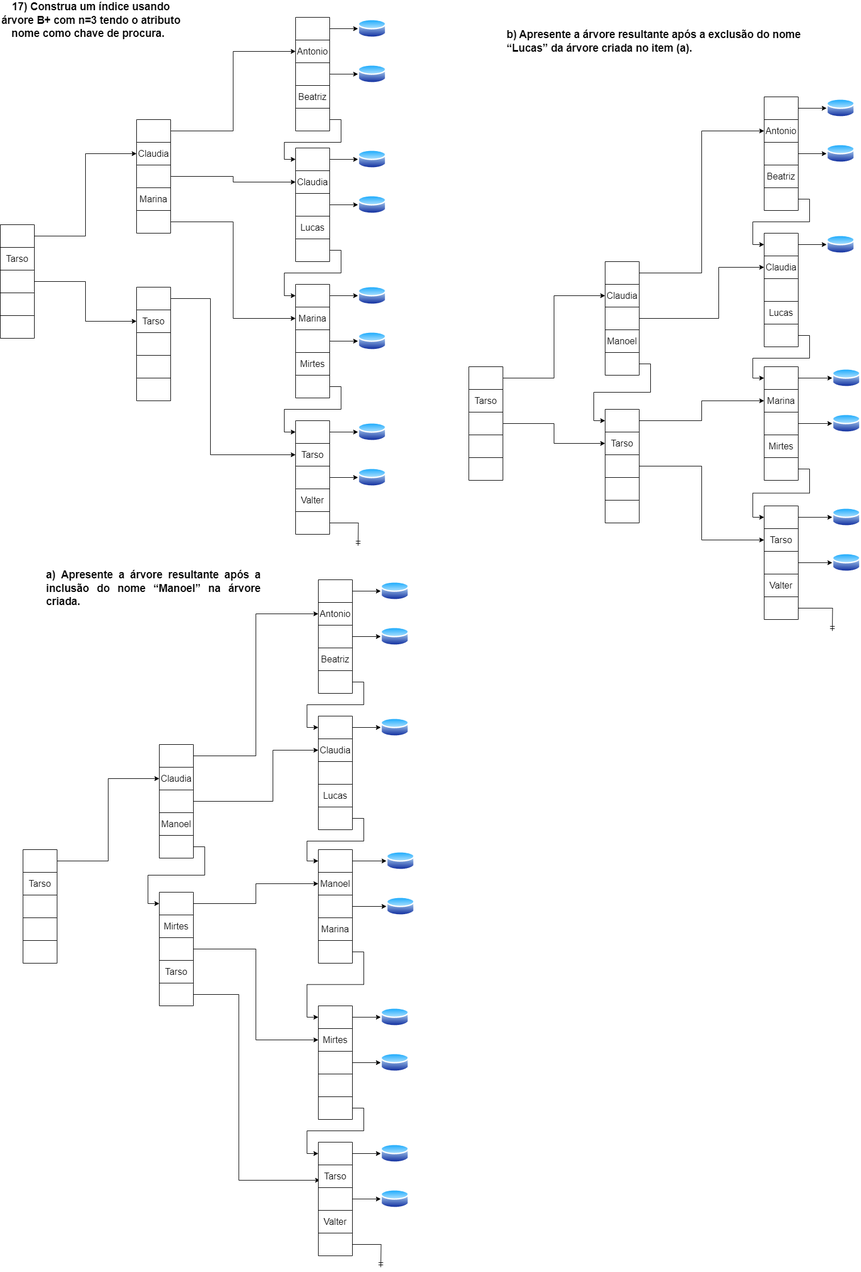
Before: Arvore B+.drawio.png, a diagram exported from draw.io (VitorFonseca123/exerc_indice_BD). Source tidied: cells renumbered, new cells last; positions are measured from the earlier drawing's top-left corner, leaving out a move shared by most shapes.
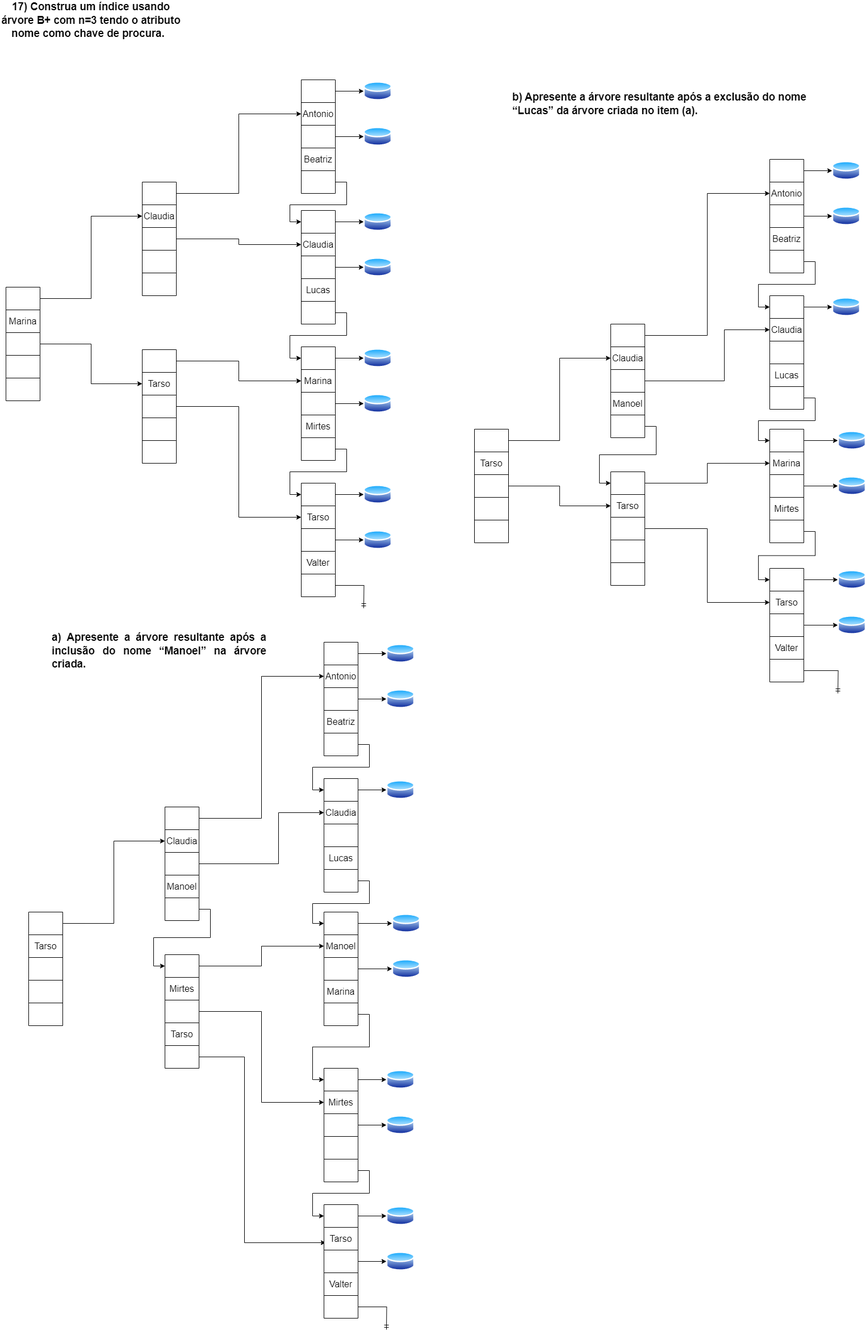
After the commit.

Change to the diagram source:
```diff
@@ -220,7 +220,7 @@
     <mxCell id="73" style="shape=tableRow;horizontal=0;startSize=0;swimlaneHead=0;swimlaneBody=0;strokeColor=inherit;top=0;left=0;bottom=0;right=0;fillColor=none;fontSize=16;" parent="66" vertex="1">
       <mxGeometry y="120" width="60" height="40" as="geometry" />
     </mxCell>
-    <mxCell id="74" value="Marina" style="shape=partialRectangle;html=1;whiteSpace=wrap;strokeColor=inherit;overflow=hidden;fillColor=none;top=0;left=0;bottom=0;right=0;fontSize=16;" parent="73" vertex="1">
+    <mxCell id="74" style="shape=partialRectangle;html=1;whiteSpace=wrap;strokeColor=inherit;overflow=hidden;fillColor=none;top=0;left=0;bottom=0;right=0;fontSize=16;" parent="73" vertex="1">
       <mxGeometry width="60" height="40" as="geometry" />
     </mxCell>
     <mxCell id="75" style="shape=tableRow;horizontal=0;startSize=0;swimlaneHead=0;swimlaneBody=0;strokeColor=inherit;top=0;left=0;bottom=0;right=0;fillColor=none;points=[[0,0.5],[1,0.5]];portConstraint=eastwest;fontSize=16;" parent="66" vertex="1">
@@ -229,15 +229,6 @@
     <mxCell id="76" style="shape=partialRectangle;html=1;whiteSpace=wrap;strokeColor=inherit;overflow=hidden;fillColor=none;top=0;left=0;bottom=0;right=0;fontSize=16;" parent="75" vertex="1">
       <mxGeometry width="60" height="40" as="geometry" />
     </mxCell>
-    <mxCell id="77" style="edgeStyle=orthogonalEdgeStyle;rounded=0;jettySize=auto;html=1;exitX=1;exitY=0.5;exitDx=0;exitDy=0;entryX=0;entryY=0.5;entryDx=0;entryDy=0;" parent="1" edge="1" source="67" target="5">
-      <mxGeometry relative="1" as="geometry" />
-    </mxCell>
-    <mxCell id="78" style="edgeStyle=orthogonalEdgeStyle;rounded=0;jettySize=auto;html=1;exitX=1;exitY=0.5;exitDx=0;exitDy=0;entryX=0;entryY=0.5;entryDx=0;entryDy=0;" parent="1" edge="1" source="71" target="20">
-      <mxGeometry relative="1" as="geometry" />
-    </mxCell>
-    <mxCell id="79" style="edgeStyle=orthogonalEdgeStyle;rounded=0;jettySize=auto;html=1;exitX=1;exitY=0.5;exitDx=0;exitDy=0;entryX=0;entryY=0.5;entryDx=0;entryDy=0;" parent="1" edge="1" source="75" target="36">
-      <mxGeometry relative="1" as="geometry" />
-    </mxCell>
     <mxCell id="80" style="shape=table;startSize=0;fontSize=16;" parent="1" vertex="1">
       <mxGeometry x="240" y="485" width="60" height="200" as="geometry" />
     </mxCell>
@@ -283,7 +274,7 @@
     <mxCell id="94" style="shape=tableRow;horizontal=0;startSize=0;swimlaneHead=0;swimlaneBody=0;strokeColor=inherit;top=0;left=0;bottom=0;right=0;fillColor=none;fontSize=16;" parent="91" vertex="1">
       <mxGeometry y="40" width="60" height="40" as="geometry" />
     </mxCell>
-    <mxCell id="95" value="Tarso" style="shape=partialRectangle;html=1;whiteSpace=wrap;strokeColor=inherit;overflow=hidden;fillColor=none;top=0;left=0;bottom=0;right=0;fontSize=16;" parent="94" vertex="1">
+    <mxCell id="95" value="Marina" style="shape=partialRectangle;html=1;whiteSpace=wrap;strokeColor=inherit;overflow=hidden;fillColor=none;top=0;left=0;bottom=0;right=0;fontSize=16;" parent="94" vertex="1">
       <mxGeometry width="60" height="40" as="geometry" />
     </mxCell>
     <mxCell id="96" style="shape=tableRow;horizontal=0;startSize=0;swimlaneHead=0;swimlaneBody=0;strokeColor=inherit;top=0;left=0;bottom=0;right=0;fillColor=none;points=[[0,0.5],[1,0.5]];portConstraint=eastwest;fontSize=16;" parent="91" vertex="1">
@@ -603,19 +594,11 @@
       <mxGeometry width="60" height="40" as="geometry" />
     </mxCell>
     <mxCell id="199" value="&lt;span style=&quot;-webkit-user-drag: none; -webkit-tap-highlight-color: transparent; margin: 0px; padding: 0px; user-select: text; text-align: justify; white-space-collapse: preserve; background-color: rgb(255, 255, 255); font-size: 14pt; line-height: 23.7417px; font-family: Arial, Arial_EmbeddedFont, Arial_MSFontService, sans-serif; font-weight: bold; font-variant-ligatures: none !important;&quot; class=&quot;TextRun SCXW49398204 BCX0&quot; lang=&quot;PT-BR&quot;&gt;&lt;span style=&quot;-webkit-user-drag: none; -webkit-tap-highlight-color: transparent; margin: 0px; padding: 0px; user-select: text;&quot; class=&quot;NormalTextRun SCXW49398204 BCX0&quot;&gt;17) Construa um índice usando árvore B+ com n=3 tendo o atributo nome como chave de procura. &lt;/span&gt;&lt;/span&gt;&lt;span style=&quot;-webkit-user-drag: none; -webkit-tap-highlight-color: transparent; margin: 0px; padding: 0px; user-select: text; text-align: justify; white-space-collapse: preserve; background-color: rgb(255, 255, 255); font-size: 14pt; line-height: 23.7417px; font-family: Arial, Arial_EmbeddedFont, Arial_MSFontService, sans-serif;&quot; data-ccp-props=&quot;{&amp;quot;134233117&amp;quot;:false,&amp;quot;134233118&amp;quot;:false,&amp;quot;201341983&amp;quot;:0,&amp;quot;335551550&amp;quot;:6,&amp;quot;335551620&amp;quot;:6,&amp;quot;335559685&amp;quot;:0,&amp;quot;335559737&amp;quot;:0,&amp;quot;335559738&amp;quot;:0,&amp;quot;335559739&amp;quot;:160,&amp;quot;335559740&amp;quot;:259}&quot; class=&quot;EOP SCXW49398204 BCX0&quot;&gt;&amp;nbsp;&lt;/span&gt;" style="text;html=1;align=center;verticalAlign=middle;whiteSpace=wrap;rounded=0;" parent="1" vertex="1">
-      <mxGeometry width="320" height="30" as="geometry" />
+      <mxGeometry x="-10" y="-110" width="320" height="30" as="geometry" />
     </mxCell>
     <mxCell id="200" style="edgeStyle=orthogonalEdgeStyle;rounded=0;jettySize=auto;html=1;exitX=1;exitY=0.5;exitDx=0;exitDy=0;entryX=0;entryY=0.5;entryDx=0;entryDy=0;" parent="1" edge="1" source="96" target="83">
       <mxGeometry relative="1" as="geometry" />
     </mxCell>
-    <mxCell id="201" style="edgeStyle=orthogonalEdgeStyle;rounded=0;jettySize=auto;html=1;exitX=1;exitY=0.5;exitDx=0;exitDy=0;entryX=0;entryY=0.5;entryDx=0;entryDy=0;" parent="1" edge="1" source="81" target="52">
-      <mxGeometry relative="1" as="geometry">
-        <Array as="points">
-          <mxPoint x="370" y="505" />
-          <mxPoint x="370" y="780" />
-        </Array>
-      </mxGeometry>
-    </mxCell>
     <mxCell id="202" style="shape=table;startSize=0;fontSize=16;" parent="1" vertex="1">
       <mxGeometry x="280" y="1550" width="60" height="200" as="geometry" />
     </mxCell>
@@ -1012,5 +995,17 @@
     <mxCell id="329" style="edgeStyle=orthogonalEdgeStyle;rounded=0;jettySize=auto;html=1;exitX=1;exitY=0.5;exitDx=0;exitDy=0;entryX=0;entryY=0.5;entryDx=0;entryDy=0;" parent="1" edge="1" source="276" target="306">
       <mxGeometry relative="1" as="geometry" />
     </mxCell>
+    <mxCell id="77" style="edgeStyle=orthogonalEdgeStyle;rounded=0;jettySize=auto;html=1;exitX=1;exitY=0.5;exitDx=0;exitDy=0;" parent="1" edge="1" source="67" target="5">
+      <mxGeometry relative="1" as="geometry" />
+    </mxCell>
+    <mxCell id="78" style="edgeStyle=orthogonalEdgeStyle;rounded=0;jettySize=auto;html=1;exitX=1;exitY=0.5;exitDx=0;exitDy=0;" parent="1" edge="1" source="71" target="20">
+      <mxGeometry relative="1" as="geometry" />
+    </mxCell>
+    <mxCell id="330" style="edgeStyle=orthogonalEdgeStyle;rounded=0;jettySize=auto;html=1;exitX=1;exitY=0.5;exitDx=0;exitDy=0;entryX=0;entryY=0.5;entryDx=0;entryDy=0;" parent="1" edge="1" source="81" target="36">
+      <mxGeometry relative="1" as="geometry" />
+    </mxCell>
+    <mxCell id="331" style="edgeStyle=orthogonalEdgeStyle;rounded=0;jettySize=auto;html=1;exitX=1;exitY=0.5;exitDx=0;exitDy=0;entryX=0;entryY=0.5;entryDx=0;entryDy=0;" parent="1" edge="1" source="85" target="52">
+      <mxGeometry relative="1" as="geometry" />
+    </mxCell>
   </root>
 </mxGraphModel>
```
